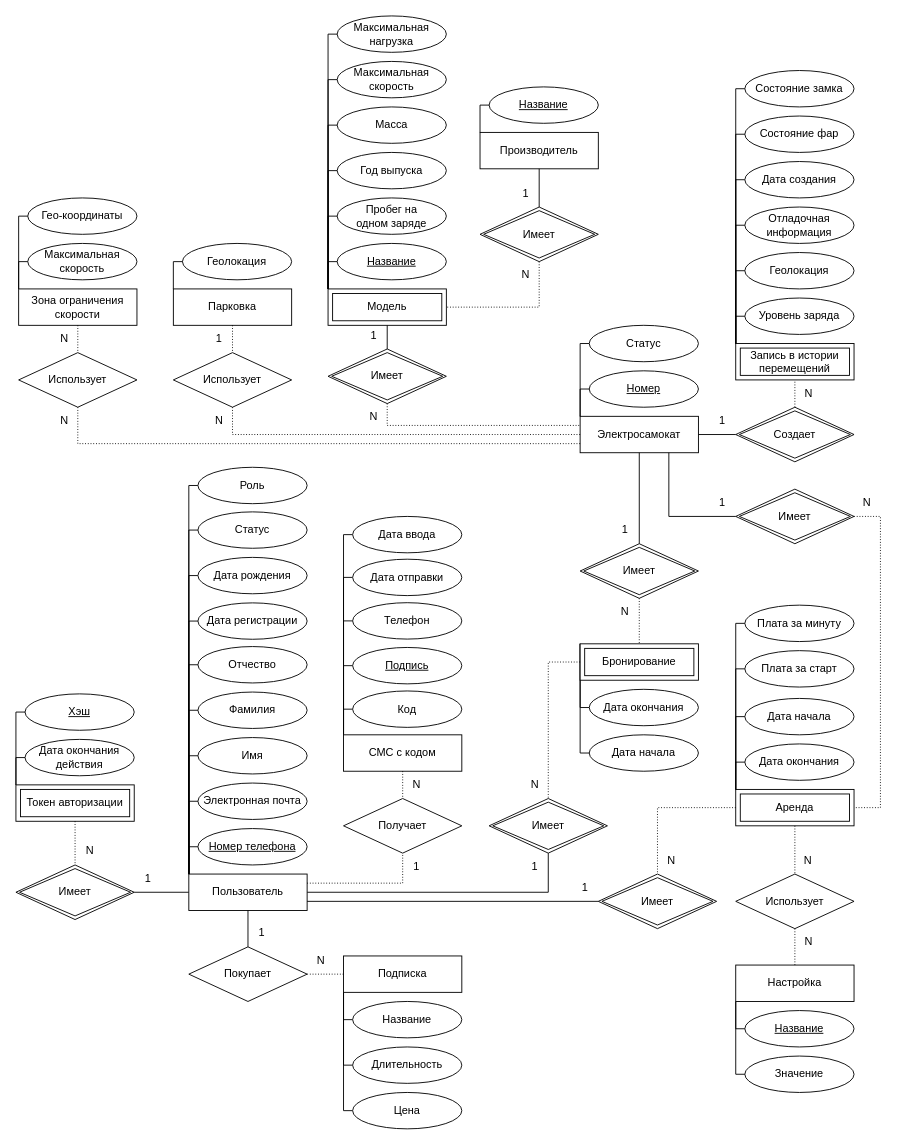
This is note/inc/img/er.drawio from matveycodes/bmstu-db-cw, a draw.io file, before an edit. Source tidied: cells renumbered, new cells numbered last; positions are measured from the earlier drawing's top-left corner, leaving out a move shared by most shapes. Both pictures are drawn from the tidied source at 91%, with x=0, y=0 at pixel (15, 15).
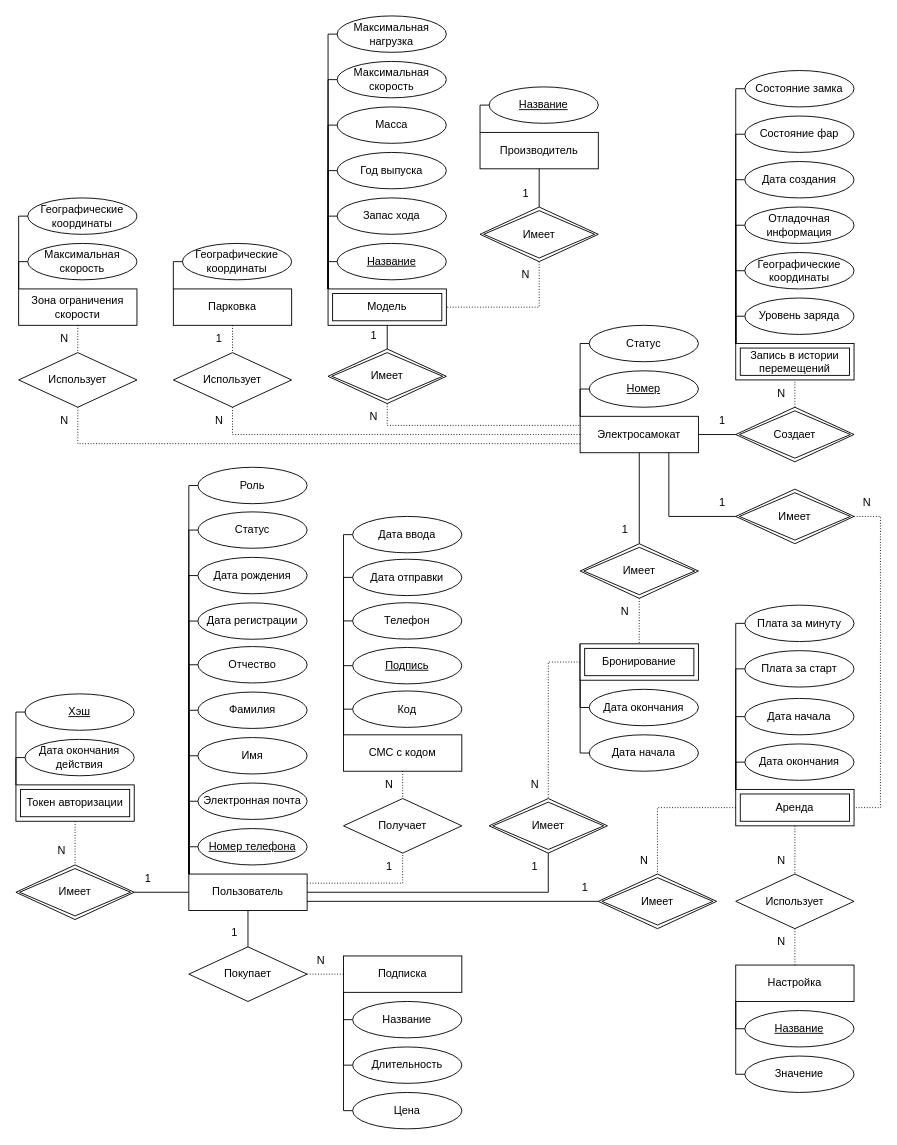
The same page after the edit.

The change refers to these unchanged cells:
```xml
<mxCell id="12" style="group;fontSize=12;" parent="1" vertex="1">
  <mxGeometry x="16" y="160" width="130" height="190" as="geometry" />
</mxCell>
<mxCell id="24" style="group;fontSize=12;" parent="1" vertex="1">
  <mxGeometry x="791" y="160" width="130" height="240" as="geometry" />
</mxCell>
<mxCell id="41" style="group;fontSize=12;" parent="1" vertex="1">
  <mxGeometry x="173" y="200" width="130" height="140" as="geometry" />
</mxCell>
<mxCell id="78" style="group;fontSize=12;" parent="1" vertex="1">
  <mxGeometry x="343" width="130" height="340" as="geometry" />
</mxCell>
```

What changed in the source:
```diff
@@
-    <mxCell id="14" value="Гео-координаты" style="ellipse;whiteSpace=wrap;html=1;fontSize=12;" parent="12" vertex="1">
+    <mxCell id="14" value="Географические&lt;br&gt;координаты" style="ellipse;whiteSpace=wrap;html=1;fontSize=12;" parent="12" vertex="1">
       <mxGeometry x="-3" y="40" width="120" height="40" as="geometry" />
     </mxCell>
@@
-    <mxCell id="26" value="Геолокация" style="ellipse;whiteSpace=wrap;html=1;fontSize=12;" parent="24" vertex="1">
+    <mxCell id="26" value="Географические координаты" style="ellipse;whiteSpace=wrap;html=1;fontSize=12;" parent="24" vertex="1">
       <mxGeometry x="10" y="100" width="120" height="40" as="geometry" />
     </mxCell>
@@
-    <mxCell id="43" value="Геолокация" style="ellipse;whiteSpace=wrap;html=1;fontSize=12;" parent="41" vertex="1">
+    <mxCell id="43" value="Географические координаты" style="ellipse;whiteSpace=wrap;html=1;fontSize=12;" parent="41" vertex="1">
       <mxGeometry x="10" y="50" width="120" height="40" as="geometry" />
     </mxCell>
@@
-    <mxCell id="82" value="Пробег на &lt;br&gt;одном заряде" style="ellipse;whiteSpace=wrap;html=1;fontSize=12;" parent="78" vertex="1">
+    <mxCell id="82" value="Запас хода" style="ellipse;whiteSpace=wrap;html=1;fontSize=12;" parent="78" vertex="1">
       <mxGeometry x="10" y="200" width="120" height="40" as="geometry" />
     </mxCell>
@@
     <mxCell id="144" value="N" style="text;html=1;align=center;verticalAlign=middle;strokeColor=none;fillColor=none;shadow=0;glass=0;spacing=2;fontSize=12;" parent="1" vertex="1">
-      <mxGeometry x="855" y="913" width="30" height="30" as="geometry" />
+      <mxGeometry x="826" y="913" width="30" height="30" as="geometry" />
     </mxCell>
     <mxCell id="145" value="N" style="text;html=1;align=center;verticalAlign=middle;strokeColor=none;fillColor=none;shadow=0;glass=0;spacing=2;fontSize=12;" parent="1" vertex="1">
-      <mxGeometry x="856" y="1003" width="30" height="30" as="geometry" />
+      <mxGeometry x="826" y="1003" width="30" height="30" as="geometry" />
     </mxCell>
@@
     <mxCell id="148" value="N" style="text;html=1;align=center;verticalAlign=middle;strokeColor=none;fillColor=none;shadow=0;glass=0;spacing=2;fontSize=12;" parent="1" vertex="1">
-      <mxGeometry x="856" y="400" width="30" height="30" as="geometry" />
+      <mxGeometry x="826" y="400" width="30" height="30" as="geometry" />
     </mxCell>
@@
     <mxCell id="154" value="N" style="text;html=1;align=center;verticalAlign=middle;strokeColor=none;fillColor=none;shadow=0;glass=0;spacing=2;fontSize=12;" parent="1" vertex="1">
-      <mxGeometry x="425" y="830" width="30" height="30" as="geometry" />
+      <mxGeometry x="395" y="830" width="30" height="30" as="geometry" />
     </mxCell>
     <mxCell id="155" value="1" style="text;html=1;align=center;verticalAlign=middle;strokeColor=none;fillColor=none;shadow=0;glass=0;spacing=2;fontSize=12;" parent="1" vertex="1">
-      <mxGeometry x="425" y="920" width="30" height="30" as="geometry" />
+      <mxGeometry x="395" y="920" width="30" height="30" as="geometry" />
     </mxCell>
@@
     <mxCell id="157" value="N" style="text;html=1;align=center;verticalAlign=middle;strokeColor=none;fillColor=none;shadow=0;glass=0;spacing=2;fontSize=12;" parent="1" vertex="1">
-      <mxGeometry x="66" y="903" width="30" height="30" as="geometry" />
+      <mxGeometry x="35" y="903" width="30" height="30" as="geometry" />
     </mxCell>
@@
     <mxCell id="166" value="N" style="text;html=1;align=center;verticalAlign=middle;strokeColor=none;fillColor=none;shadow=0;glass=0;spacing=2;fontSize=12;" parent="1" vertex="1">
-      <mxGeometry x="705" y="913" width="30" height="30" as="geometry" />
+      <mxGeometry x="675" y="913" width="30" height="30" as="geometry" />
     </mxCell>
@@
     <mxCell id="179" value="1" style="text;html=1;align=center;verticalAlign=middle;strokeColor=none;fillColor=none;shadow=0;glass=0;spacing=2;fontSize=12;" parent="1" vertex="1">
-      <mxGeometry x="255" y="993" width="30" height="30" as="geometry" />
+      <mxGeometry x="225" y="993" width="30" height="30" as="geometry" />
     </mxCell>
```
